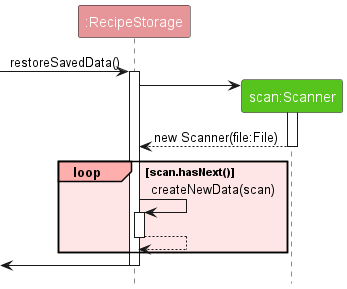
Above: docs/images/RestoreRecipeStorageSequenceDiagram.png in nus-cs2113-AY2324S1/tp (PlantUML), before the change.
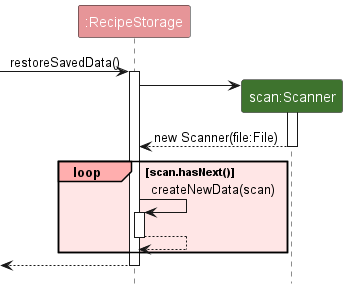
Above is the later version.

The edit, as a diff of the source:
```diff
@@ -24,6 +24,6 @@
 deactivate RecipeStorage
 end
 
-[<- RecipeStorage
+[<-- RecipeStorage
 deactivate RecipeStorage
 @enduml
```
